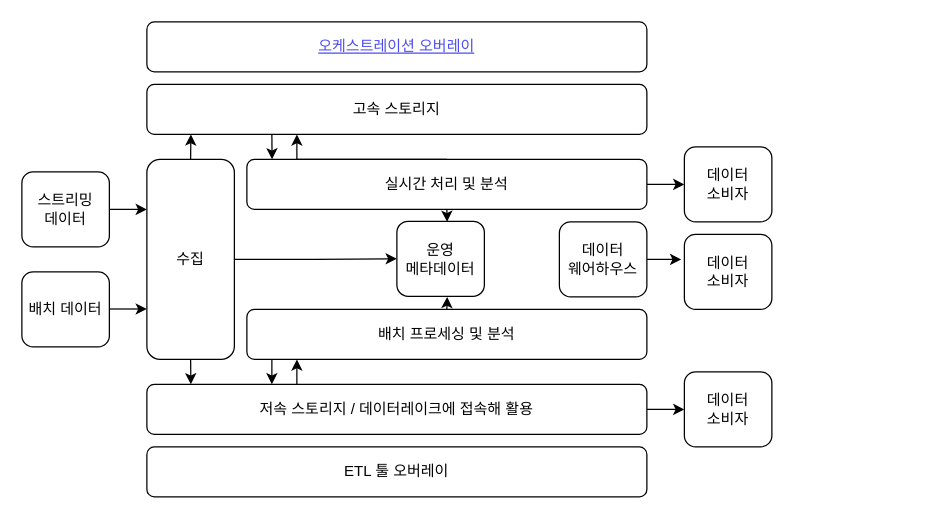
Before: Google Cloud Platform.drawio in rho715/DailyLog, a draw.io diagram. Source tidied: cells renumbered, new cells numbered last; positions are measured from the earlier drawing's top-left corner, leaving out a move shared by most shapes. Both pictures are drawn from the tidied source at 125%, with x=0, y=0 at pixel (21, 21).
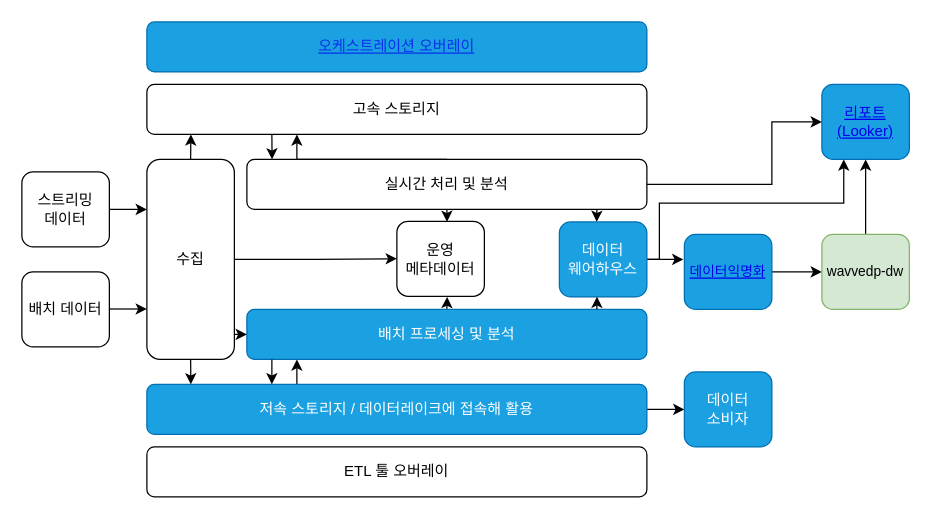
Above is the later version.

The change refers to these unchanged cells:
```xml
<mxCell id="24" value="실시간 처리 및 분석" style="rounded=1;whiteSpace=wrap;html=1;" parent="1" vertex="1">
  <mxGeometry x="180" y="110" width="320" height="40" as="geometry" />
</mxCell>
```

What changed in the source:
```diff
@@
-    <mxCell id="2" value="&lt;a href=&quot;https://www.notion.so/Cloud-91077890bda243d0b786207b77b8d40a&quot;&gt;오케스트레이션 오버레이&lt;/a&gt;" style="rounded=1;whiteSpace=wrap;html=1;textOpacity=70;" parent="1" vertex="1">
+    <mxCell id="2" value="&lt;a href=&quot;https://www.notion.so/Cloud-91077890bda243d0b786207b77b8d40a&quot;&gt;오케스트레이션 오버레이&lt;/a&gt;" style="rounded=1;whiteSpace=wrap;html=1;textOpacity=70;fillColor=#1ba1e2;fontColor=#ffffff;strokeColor=#006EAF;" parent="1" vertex="1">
       <mxGeometry x="100" width="400" height="40" as="geometry" />
     </mxCell>
@@
-    <mxCell id="7" value="저속 스토리지 / 데이터레이크에 접속해 활용" style="rounded=1;whiteSpace=wrap;html=1;" parent="1" vertex="1">
+    <mxCell id="7" value="저속 스토리지 / 데이터레이크에 접속해 활용" style="rounded=1;whiteSpace=wrap;html=1;fillColor=#1ba1e2;fontColor=#ffffff;strokeColor=#006EAF;" parent="1" vertex="1">
       <mxGeometry x="100" y="290" width="400" height="40" as="geometry" />
     </mxCell>
@@
-    <mxCell id="11" value="데이터&lt;br&gt;소비자" style="rounded=1;whiteSpace=wrap;html=1;" parent="1" vertex="1">
-      <mxGeometry x="530" y="100" width="70" height="60" as="geometry" />
+    <mxCell id="11" value="&lt;a href=&quot;https://www.notion.so/Looker-Data-Studio-e8a64e55dd5447c5803fa8dc6603f477&quot;&gt;리포트&lt;br&gt;(Looker)&lt;/a&gt;" style="rounded=1;whiteSpace=wrap;html=1;fillColor=#1ba1e2;fontColor=#ffffff;strokeColor=#006EAF;" parent="1" vertex="1">
+      <mxGeometry x="640" y="50" width="70" height="60" as="geometry" />
     </mxCell>
+    <mxCell id="30" style="edgeStyle=orthogonalEdgeStyle;rounded=0;jettySize=auto;html=1;exitX=1;exitY=0.5;exitDx=0;exitDy=0;entryX=0;entryY=0.5;entryDx=0;entryDy=0;" parent="1" edge="1" source="12" target="35">
+      <mxGeometry relative="1" as="geometry" />
+    </mxCell>
-    <mxCell id="12" value="데이터&lt;br&gt;소비자" style="rounded=1;whiteSpace=wrap;html=1;" parent="1" vertex="1">
+    <mxCell id="12" value="&lt;font style=&quot;font-size: 11px;&quot;&gt;&lt;a href=&quot;https://www.notion.so/MyProject-800f60475fd946ae940eb986e98d766f?p=c75dd783ab1d466eb36e4a372fb3ec05&amp;amp;pm=s&quot;&gt;데이터익명화&lt;/a&gt;&lt;/font&gt;" style="rounded=1;whiteSpace=wrap;html=1;fillColor=#1ba1e2;fontColor=#ffffff;strokeColor=#006EAF;" parent="1" vertex="1">
       <mxGeometry x="530" y="170" width="70" height="60" as="geometry" />
     </mxCell>
-    <mxCell id="13" value="데이터&lt;br&gt;소비자" style="rounded=1;whiteSpace=wrap;html=1;" parent="1" vertex="1">
+    <mxCell id="13" value="데이터&lt;br&gt;소비자" style="rounded=1;whiteSpace=wrap;html=1;fillColor=#1ba1e2;fontColor=#ffffff;strokeColor=#006EAF;" parent="1" vertex="1">
       <mxGeometry x="530" y="280" width="70" height="60" as="geometry" />
     </mxCell>
-    <mxCell id="14" style="edgeStyle=orthogonalEdgeStyle;rounded=0;jettySize=auto;html=1;exitX=1;exitY=0.5;exitDx=0;exitDy=0;entryX=-0.036;entryY=0.326;entryDx=0;entryDy=0;entryPerimeter=0;" parent="1" edge="1" source="15" target="12">
+    <mxCell id="14" style="edgeStyle=orthogonalEdgeStyle;rounded=0;jettySize=auto;html=1;exitX=1;exitY=0.5;exitDx=0;exitDy=0;entryX=-0.011;entryY=0.322;entryDx=0;entryDy=0;entryPerimeter=0;" parent="1" edge="1" source="15" target="12">
       <mxGeometry relative="1" as="geometry" />
     </mxCell>
+    <mxCell id="31" style="edgeStyle=orthogonalEdgeStyle;rounded=0;jettySize=auto;html=1;exitX=1;exitY=0.5;exitDx=0;exitDy=0;entryX=0.25;entryY=1;entryDx=0;entryDy=0;fontSize=11;" parent="1" edge="1" source="15" target="11">
+      <mxGeometry relative="1" as="geometry">
+        <Array as="points">
+          <mxPoint x="510" y="190" />
+          <mxPoint x="510" y="145" />
+          <mxPoint x="658" y="145" />
+        </Array>
+      </mxGeometry>
+    </mxCell>
-    <mxCell id="15" value="데이터&lt;br&gt;웨어하우스" style="rounded=1;whiteSpace=wrap;html=1;" parent="1" vertex="1">
+    <mxCell id="15" value="데이터&lt;br&gt;웨어하우스" style="rounded=1;whiteSpace=wrap;html=1;fillColor=#1ba1e2;fontColor=#ffffff;strokeColor=#006EAF;" parent="1" vertex="1">
       <mxGeometry x="430" y="160" width="70" height="60" as="geometry" />
     </mxCell>
@@
     <mxCell id="22" style="edgeStyle=orthogonalEdgeStyle;rounded=0;jettySize=auto;html=1;exitX=1;exitY=0.5;exitDx=0;exitDy=0;entryX=0;entryY=0.5;entryDx=0;entryDy=0;" parent="1" edge="1" source="24" target="11">
-      <mxGeometry relative="1" as="geometry" />
+      <mxGeometry relative="1" as="geometry">
+        <Array as="points">
+          <mxPoint x="600" y="130" />
+          <mxPoint x="600" y="80" />
+        </Array>
+      </mxGeometry>
     </mxCell>
@@
-    <mxCell id="26" value="배치 프로세싱 및 분석" style="rounded=1;whiteSpace=wrap;html=1;" parent="1" vertex="1">
+    <mxCell id="26" value="배치 프로세싱 및 분석" style="rounded=1;whiteSpace=wrap;html=1;fillColor=#1ba1e2;fontColor=#ffffff;strokeColor=#006EAF;" parent="1" vertex="1">
       <mxGeometry x="180" y="230" width="320" height="40" as="geometry" />
     </mxCell>
@@
+    <mxCell id="32" style="endArrow=classic;html=1;rounded=0;entryX=0.427;entryY=0;entryDx=0;entryDy=0;exitX=0.875;exitY=1;exitDx=0;exitDy=0;exitPerimeter=0;entryPerimeter=0;" parent="1" edge="1" source="24" target="15">
+      <mxGeometry relative="1" as="geometry" />
+    </mxCell>
+    <mxCell id="33" style="endArrow=classic;html=1;rounded=0;entryX=0.43;entryY=0.997;entryDx=0;entryDy=0;entryPerimeter=0;exitX=0.875;exitY=0;exitDx=0;exitDy=0;exitPerimeter=0;" parent="1" edge="1" source="26" target="15">
+      <mxGeometry relative="1" as="geometry" />
+    </mxCell>
+    <mxCell id="34" style="edgeStyle=orthogonalEdgeStyle;rounded=0;jettySize=auto;html=1;exitX=0.5;exitY=0;exitDx=0;exitDy=0;entryX=0.5;entryY=1;entryDx=0;entryDy=0;fontSize=11;" parent="1" edge="1" source="35" target="11">
+      <mxGeometry relative="1" as="geometry" />
+    </mxCell>
+    <mxCell id="35" value="&lt;font style=&quot;font-size: 11px;&quot;&gt;wavvedp-dw&lt;/font&gt;" style="rounded=1;whiteSpace=wrap;html=1;fillColor=#d5e8d4;strokeColor=#82b366;" parent="1" vertex="1">
+      <mxGeometry x="640" y="170" width="70" height="60" as="geometry" />
+    </mxCell>
+    <mxCell id="36" style="endArrow=classic;html=1;rounded=0;fontSize=11;entryX=0;entryY=0.5;entryDx=0;entryDy=0;" parent="1" edge="1" target="26">
+      <mxGeometry relative="1" as="geometry">
+        <mxPoint x="170" y="250" as="sourcePoint" />
+      </mxGeometry>
+    </mxCell>
```
